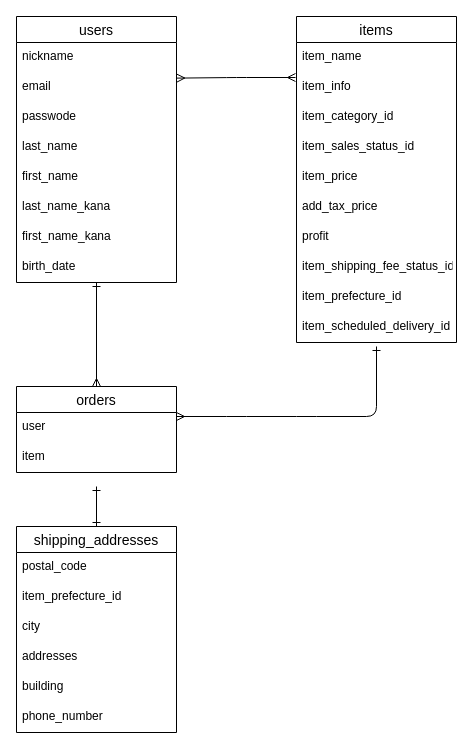
t-kashu/furima-39950 keeps this draw.io diagram as furima.dio. Above is the earlier version. Source tidied: cells renumbered, new cells numbered last; positions are measured from the earlier drawing's top-left corner, leaving out a move shared by most shapes. Both pictures are drawn from the tidied source at 100%, with x=0, y=0 at pixel (16, 16).
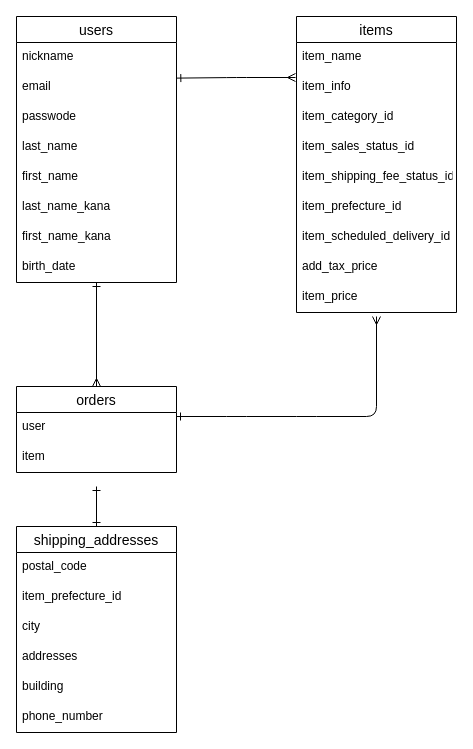
Above is the later version.

Commit message (it also covers changes not shown here):
データベース設計修正6

The change refers to these unchanged cells:
```xml
<mxCell id="4" value="email" style="text;strokeColor=none;fillColor=none;spacingLeft=4;spacingRight=4;overflow=hidden;points=[[0,0.5],[1,0.5]];portConstraint=eastwest;fontSize=12;" parent="2" vertex="1">
  <mxGeometry y="56" width="160" height="30" as="geometry" />
</mxCell>
```

Change to the diagram source:
```diff
@@
     <mxCell id="11" value="items" style="swimlane;fontStyle=0;horizontal=1;startSize=26;align=center;fontSize=14;" parent="1" vertex="1">
-      <mxGeometry x="280" width="160" height="326" as="geometry" />
+      <mxGeometry x="280" width="160" height="296" as="geometry" />
     </mxCell>
@@
-    <mxCell id="16" value="item_price" style="text;strokeColor=none;fillColor=none;spacingLeft=4;spacingRight=4;overflow=hidden;fontSize=12;" parent="11" vertex="1">
-      <mxGeometry y="146" width="160" height="30" as="geometry" />
-    </mxCell>
-    <mxCell id="17" value="add_tax_price" style="text;strokeColor=none;fillColor=none;spacingLeft=4;spacingRight=4;overflow=hidden;fontSize=12;" parent="11" vertex="1">
-      <mxGeometry y="176" width="160" height="30" as="geometry" />
-    </mxCell>
-    <mxCell id="18" value="profit" style="text;strokeColor=none;fillColor=none;spacingLeft=4;spacingRight=4;overflow=hidden;fontSize=12;" parent="11" vertex="1">
-      <mxGeometry y="206" width="160" height="30" as="geometry" />
-    </mxCell>
     <mxCell id="19" value="item_shipping_fee_status_id" style="text;strokeColor=none;fillColor=none;spacingLeft=4;spacingRight=4;overflow=hidden;fontSize=12;" parent="11" vertex="1">
-      <mxGeometry y="236" width="160" height="30" as="geometry" />
+      <mxGeometry y="146" width="160" height="30" as="geometry" />
     </mxCell>
     <mxCell id="20" value="item_prefecture_id" style="text;strokeColor=none;fillColor=none;spacingLeft=4;spacingRight=4;overflow=hidden;fontSize=12;" parent="11" vertex="1">
-      <mxGeometry y="266" width="160" height="30" as="geometry" />
+      <mxGeometry y="176" width="160" height="30" as="geometry" />
     </mxCell>
     <mxCell id="21" value="item_scheduled_delivery_id" style="text;strokeColor=none;fillColor=none;spacingLeft=4;spacingRight=4;overflow=hidden;points=[[0,0.5],[1,0.5]];portConstraint=eastwest;fontSize=12;" parent="11" vertex="1">
-      <mxGeometry y="296" width="160" height="30" as="geometry" />
+      <mxGeometry y="206" width="160" height="30" as="geometry" />
     </mxCell>
+    <mxCell id="17" value="add_tax_price" style="text;strokeColor=none;fillColor=none;spacingLeft=4;spacingRight=4;overflow=hidden;fontSize=12;" parent="11" vertex="1">
+      <mxGeometry y="236" width="160" height="30" as="geometry" />
+    </mxCell>
+    <mxCell id="16" value="item_price" style="text;strokeColor=none;fillColor=none;spacingLeft=4;spacingRight=4;overflow=hidden;fontSize=12;" parent="11" vertex="1">
+      <mxGeometry y="266" width="160" height="30" as="geometry" />
+    </mxCell>
-    <mxCell id="22" style="edgeStyle=none;html=1;endArrow=ERmany;endFill=0;startArrow=ERmany;startFill=0;exitX=1.002;exitY=0.187;exitDx=0;exitDy=0;exitPerimeter=0;" parent="1" edge="1" source="4">
+    <mxCell id="22" style="edgeStyle=none;html=1;endArrow=ERmany;endFill=0;startArrow=ERone;startFill=0;exitX=1.002;exitY=0.187;exitDx=0;exitDy=0;exitPerimeter=0;" parent="1" edge="1" source="4">
       <mxGeometry relative="1" as="geometry">
         <mxPoint x="279" y="61" as="targetPoint" />
         <Array as="points">
           <mxPoint x="220" y="61" />
         </Array>
       </mxGeometry>
     </mxCell>
@@
-    <mxCell id="32" style="edgeStyle=none;html=1;startArrow=ERone;startFill=0;endArrow=ERmany;endFill=0;exitX=0.5;exitY=1.133;exitDx=0;exitDy=0;exitPerimeter=0;" parent="1" edge="1" source="21">
+    <mxCell id="32" style="edgeStyle=none;html=1;startArrow=ERmany;startFill=0;endArrow=ERone;endFill=0;" parent="1" edge="1">
       <mxGeometry relative="1" as="geometry">
+        <mxPoint x="360" y="300" as="sourcePoint" />
         <mxPoint x="160" y="400" as="targetPoint" />
         <Array as="points">
           <mxPoint x="360" y="400" />
           <mxPoint x="290" y="400" />
           <mxPoint x="220" y="400" />
         </Array>
       </mxGeometry>
     </mxCell>
```
